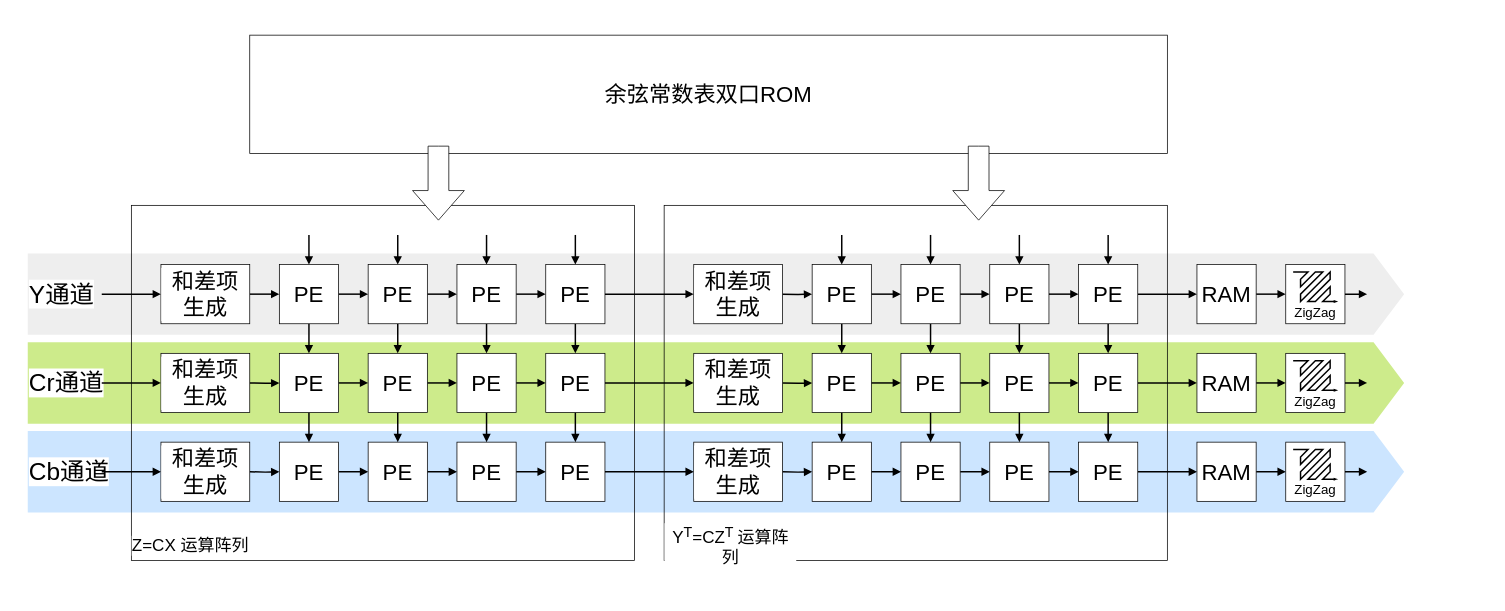
This is page "第 8 页" (8 of 8) of 插图.drawio from Dv-26/Dissertation, a draw.io file, before an edit. Source tidied: cells renumbered, new cells numbered last; positions are measured from the earlier drawing's top-left corner, leaving out a move shared by most shapes. Both pictures are drawn from the tidied source at 74%, with x=0, y=0 at pixel (27, 35).
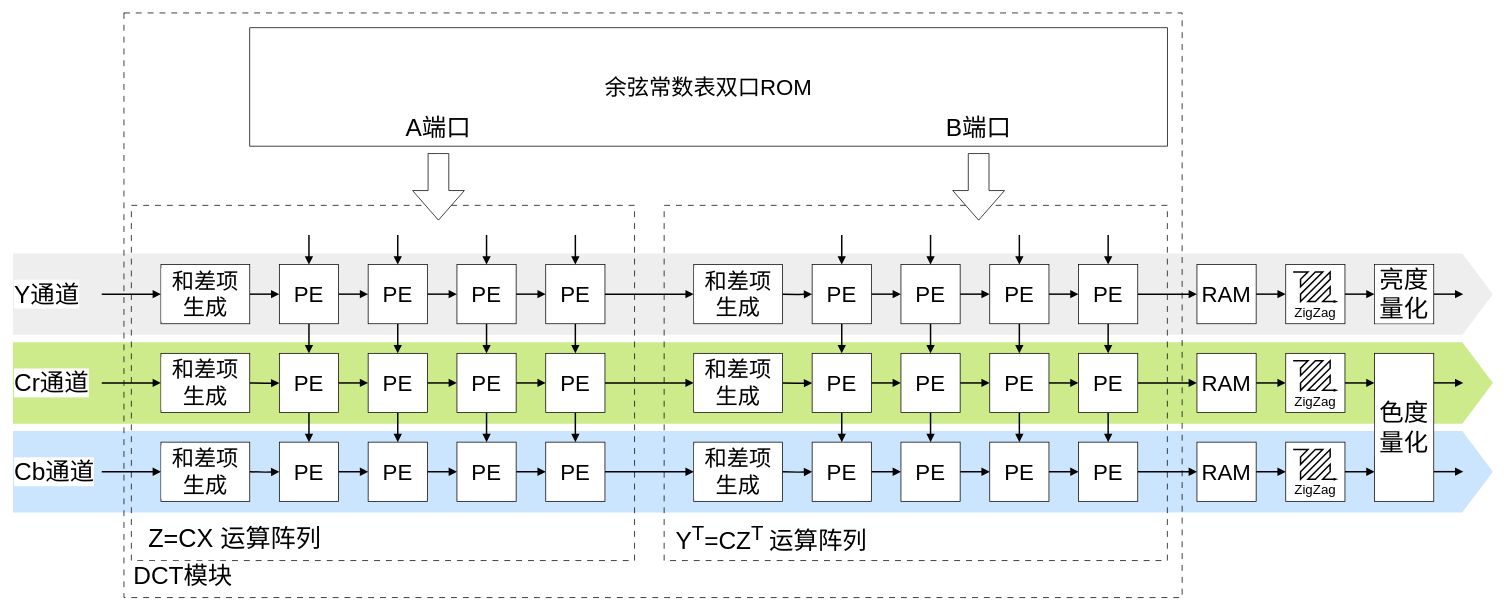
After the change.

The change refers to these unchanged cells:
```xml
<mxCell id="105" style="group;" parent="1" vertex="1">
  <mxGeometry x="1700" y="310" width="80" height="80" as="geometry" />
</mxCell>
<mxCell id="107" style="whiteSpace=wrap;html=1;fontFamily=Helvetica;fontSize=11;labelBackgroundColor=default;" parent="105" vertex="1">
  <mxGeometry width="80" height="80" as="geometry" />
</mxCell>
<mxCell id="110" style="group;" parent="1" vertex="1">
  <mxGeometry x="1700" y="430" width="80" height="80" as="geometry" />
</mxCell>
<mxCell id="112" style="whiteSpace=wrap;html=1;fontFamily=Helvetica;fontSize=11;labelBackgroundColor=default;" parent="110" vertex="1">
  <mxGeometry width="80" height="80" as="geometry" />
</mxCell>
<mxCell id="115" style="group;" parent="1" vertex="1">
  <mxGeometry x="1700" y="550" width="80" height="80" as="geometry" />
</mxCell>
<mxCell id="117" style="whiteSpace=wrap;html=1;fontFamily=Helvetica;fontSize=11;labelBackgroundColor=default;" parent="115" vertex="1">
  <mxGeometry width="80" height="80" as="geometry" />
</mxCell>
```

Diff of the diagram source:
```diff
@@
-    <mxCell id="2" value="&lt;font style=&quot;font-size: 33px;&quot;&gt;Cr通道&lt;/font&gt;" style="html=1;shadow=0;dashed=0;align=left;verticalAlign=middle;shape=mxgraph.arrows2.arrow;dy=0;dx=41.36;notch=0;fontFamily=Helvetica;fontSize=11;labelBackgroundColor=default;fillColor=#cdeb8b;strokeColor=none;" parent="1" vertex="1">
-      <mxGeometry y="415" width="1860" height="110" as="geometry" />
+    <mxCell id="2" value="&lt;font style=&quot;font-size: 33px;&quot;&gt;Cr&lt;font face=&quot;宋体&quot;&gt;通道&lt;/font&gt;&lt;/font&gt;" style="html=1;shadow=0;dashed=0;align=left;verticalAlign=middle;shape=mxgraph.arrows2.arrow;dy=0;dx=41.36;notch=0;fontFamily=Helvetica;fontSize=11;labelBackgroundColor=default;fillColor=#cdeb8b;strokeColor=none;" parent="1" vertex="1">
+      <mxGeometry x="-20" y="415" width="2000" height="110" as="geometry" />
     </mxCell>
-    <mxCell id="3" value="&lt;font style=&quot;font-size: 33px;&quot;&gt;Y通道&lt;/font&gt;" style="html=1;shadow=0;dashed=0;align=left;verticalAlign=middle;shape=mxgraph.arrows2.arrow;dy=0;dx=41.36;notch=0;fontFamily=Helvetica;fontSize=11;labelBackgroundColor=default;fillColor=#eeeeee;strokeColor=none;" parent="1" vertex="1">
-      <mxGeometry y="295" width="1860" height="110" as="geometry" />
+    <mxCell id="3" value="&lt;font style=&quot;font-size: 33px;&quot;&gt;Y&lt;font face=&quot;宋体&quot;&gt;通道&lt;/font&gt;&lt;/font&gt;" style="html=1;shadow=0;dashed=0;align=left;verticalAlign=middle;shape=mxgraph.arrows2.arrow;dy=0;dx=41.36;notch=0;fontFamily=Helvetica;fontSize=11;labelBackgroundColor=default;fillColor=#eeeeee;strokeColor=none;" parent="1" vertex="1">
+      <mxGeometry x="-20" y="295" width="2000" height="110" as="geometry" />
     </mxCell>
-    <mxCell id="4" value="&lt;font style=&quot;font-size: 33px;&quot;&gt;Cb通道&lt;/font&gt;" style="html=1;shadow=0;dashed=0;align=left;verticalAlign=middle;shape=mxgraph.arrows2.arrow;dy=0;dx=41.36;notch=0;fontFamily=Helvetica;fontSize=11;labelBackgroundColor=default;fillColor=#cce5ff;strokeColor=none;" parent="1" vertex="1">
-      <mxGeometry y="535" width="1860" height="110" as="geometry" />
+    <mxCell id="4" value="&lt;font style=&quot;font-size: 33px;&quot;&gt;Cb&lt;font face=&quot;宋体&quot;&gt;通道&lt;/font&gt;&lt;/font&gt;" style="html=1;shadow=0;dashed=0;align=left;verticalAlign=middle;shape=mxgraph.arrows2.arrow;dy=0;dx=41.36;notch=0;fontFamily=Helvetica;fontSize=11;labelBackgroundColor=default;fillColor=#cce5ff;strokeColor=none;" parent="1" vertex="1">
+      <mxGeometry x="-20" y="535" width="2000" height="110" as="geometry" />
     </mxCell>
+    <mxCell id="120" style="rounded=0;whiteSpace=wrap;html=1;fontFamily=Helvetica;fontSize=11;fontColor=default;labelBackgroundColor=default;fillColor=none;dashed=1;dashPattern=8 8;" parent="1" vertex="1">
+      <mxGeometry x="130" y="-30" width="1430" height="790" as="geometry" />
+    </mxCell>
-    <mxCell id="5" value="&lt;font style=&quot;font-size: 30px;&quot;&gt;余弦常数表双口ROM&lt;/font&gt;" style="rounded=0;whiteSpace=wrap;html=1;fontFamily=Helvetica;fontSize=11;fontColor=default;labelBackgroundColor=default;" parent="1" vertex="1">
-      <mxGeometry x="300" width="1240" height="160" as="geometry" />
+    <mxCell id="5" value="&lt;font style=&quot;font-size: 30px;&quot;&gt;余弦常数表双口ROM&lt;/font&gt;" style="rounded=0;whiteSpace=wrap;html=1;fontFamily=宋体;fontSize=11;fontColor=default;labelBackgroundColor=default;fillColor=none;" parent="1" vertex="1">
+      <mxGeometry x="300" y="-10" width="1240" height="160" as="geometry" />
     </mxCell>
-    <mxCell id="6" style="rounded=0;whiteSpace=wrap;html=1;fontFamily=Helvetica;fontSize=11;fontColor=default;labelBackgroundColor=default;fillColor=none;" parent="1" vertex="1">
+    <mxCell id="6" style="rounded=0;whiteSpace=wrap;html=1;fontFamily=Helvetica;fontSize=11;fontColor=default;labelBackgroundColor=default;fillColor=none;dashed=1;dashPattern=8 8;" parent="1" vertex="1">
       <mxGeometry x="140" y="230" width="680" height="480" as="geometry" />
     </mxCell>
-    <mxCell id="7" style="rounded=0;whiteSpace=wrap;html=1;fontFamily=Helvetica;fontSize=11;fontColor=default;labelBackgroundColor=default;fillColor=none;" parent="1" vertex="1">
+    <mxCell id="7" style="rounded=0;whiteSpace=wrap;html=1;fontFamily=Helvetica;fontSize=11;fontColor=default;labelBackgroundColor=default;fillColor=none;dashed=1;dashPattern=8 8;" parent="1" vertex="1">
       <mxGeometry x="860" y="230" width="680" height="480" as="geometry" />
     </mxCell>
@@
-    <mxCell id="45" style="edgeStyle=orthogonalEdgeStyle;shape=connector;rounded=0;jumpSize=9;jettySize=auto;html=1;strokeColor=default;strokeWidth=2;align=center;verticalAlign=middle;fontFamily=Helvetica;fontSize=11;fontColor=default;labelBackgroundColor=default;endArrow=none;endFill=1;startArrow=block;startFill=1;" parent="1" edge="1" source="46">
+    <mxCell id="45" style="edgeStyle=orthogonalEdgeStyle;shape=connector;rounded=0;jumpSize=9;jettySize=auto;html=1;strokeColor=default;strokeWidth=2;align=center;verticalAlign=middle;fontFamily=宋体;fontSize=11;fontColor=default;labelBackgroundColor=default;endArrow=none;endFill=1;startArrow=block;startFill=1;" parent="1" edge="1" source="46">
       <mxGeometry relative="1" as="geometry">
         <mxPoint x="100" y="350" as="targetPoint" />
       </mxGeometry>
     </mxCell>
-    <mxCell id="46" value="&lt;font&gt;和差项生成&lt;/font&gt;" style="rounded=0;whiteSpace=wrap;html=1;fontFamily=Helvetica;fontSize=30;fontColor=default;labelBackgroundColor=default;align=center;" parent="1" vertex="1">
+    <mxCell id="46" value="&lt;font&gt;和差项生成&lt;/font&gt;" style="rounded=0;whiteSpace=wrap;html=1;fontFamily=宋体;fontSize=30;fontColor=default;labelBackgroundColor=default;align=center;" parent="1" vertex="1">
       <mxGeometry x="180" y="310" width="120" height="80" as="geometry" />
     </mxCell>
@@
-    <mxCell id="48" style="edgeStyle=orthogonalEdgeStyle;shape=connector;rounded=0;jumpSize=9;orthogonalLoop=1;jettySize=auto;html=1;strokeColor=default;strokeWidth=2;align=center;verticalAlign=middle;fontFamily=Helvetica;fontSize=11;fontColor=default;labelBackgroundColor=default;endArrow=none;endFill=1;startArrow=block;startFill=1;" parent="1" edge="1">
+    <mxCell id="48" style="edgeStyle=orthogonalEdgeStyle;shape=connector;rounded=0;jumpSize=9;orthogonalLoop=1;jettySize=auto;html=1;strokeColor=default;strokeWidth=2;align=center;verticalAlign=middle;fontFamily=宋体;fontSize=11;fontColor=default;labelBackgroundColor=default;endArrow=none;endFill=1;startArrow=block;startFill=1;" parent="1" edge="1">
       <mxGeometry relative="1" as="geometry">
         <mxPoint x="180" y="470" as="sourcePoint" />
         <mxPoint x="100" y="470" as="targetPoint" />
       </mxGeometry>
     </mxCell>
@@
-    <mxCell id="50" style="edgeStyle=orthogonalEdgeStyle;shape=connector;rounded=0;jumpSize=9;orthogonalLoop=1;jettySize=auto;html=1;strokeColor=default;strokeWidth=2;align=center;verticalAlign=middle;fontFamily=Helvetica;fontSize=11;fontColor=default;labelBackgroundColor=default;endArrow=none;endFill=1;startArrow=block;startFill=1;" parent="1" edge="1">
+    <mxCell id="50" style="edgeStyle=orthogonalEdgeStyle;shape=connector;rounded=0;jumpSize=9;orthogonalLoop=1;jettySize=auto;html=1;strokeColor=default;strokeWidth=2;align=center;verticalAlign=middle;fontFamily=宋体;fontSize=11;fontColor=default;labelBackgroundColor=default;endArrow=none;endFill=1;startArrow=block;startFill=1;" parent="1" edge="1">
       <mxGeometry relative="1" as="geometry">
         <mxPoint x="180" y="590" as="sourcePoint" />
         <mxPoint x="100" y="590" as="targetPoint" />
       </mxGeometry>
     </mxCell>
@@
-    <mxCell id="90" value="&lt;font&gt;和差项生成&lt;/font&gt;" style="rounded=0;whiteSpace=wrap;html=1;fontFamily=Helvetica;fontSize=30;fontColor=default;labelBackgroundColor=default;align=center;" parent="1" vertex="1">
+    <mxCell id="90" value="&lt;font&gt;和差项生成&lt;/font&gt;" style="rounded=0;whiteSpace=wrap;html=1;fontFamily=宋体;fontSize=30;fontColor=default;labelBackgroundColor=default;align=center;" parent="1" vertex="1">
       <mxGeometry x="180" y="430" width="120" height="80" as="geometry" />
     </mxCell>
-    <mxCell id="91" value="&lt;font&gt;和差项生成&lt;/font&gt;" style="rounded=0;whiteSpace=wrap;html=1;fontFamily=Helvetica;fontSize=30;fontColor=default;labelBackgroundColor=default;align=center;" parent="1" vertex="1">
+    <mxCell id="91" value="&lt;font&gt;和差项生成&lt;/font&gt;" style="rounded=0;whiteSpace=wrap;html=1;fontFamily=宋体;fontSize=30;fontColor=default;labelBackgroundColor=default;align=center;" parent="1" vertex="1">
       <mxGeometry x="180" y="550" width="120" height="80" as="geometry" />
     </mxCell>
-    <mxCell id="92" value="&lt;font&gt;和差项生成&lt;/font&gt;" style="rounded=0;whiteSpace=wrap;html=1;fontFamily=Helvetica;fontSize=30;fontColor=default;labelBackgroundColor=default;align=center;" parent="1" vertex="1">
+    <mxCell id="92" value="&lt;font&gt;和差项生成&lt;/font&gt;" style="rounded=0;whiteSpace=wrap;html=1;fontFamily=宋体;fontSize=30;fontColor=default;labelBackgroundColor=default;align=center;" parent="1" vertex="1">
       <mxGeometry x="900" y="310" width="120" height="80" as="geometry" />
     </mxCell>
-    <mxCell id="93" value="&lt;font&gt;和差项生成&lt;/font&gt;" style="rounded=0;whiteSpace=wrap;html=1;fontFamily=Helvetica;fontSize=30;fontColor=default;labelBackgroundColor=default;align=center;" parent="1" vertex="1">
+    <mxCell id="93" value="&lt;font&gt;和差项生成&lt;/font&gt;" style="rounded=0;whiteSpace=wrap;html=1;fontFamily=宋体;fontSize=30;fontColor=default;labelBackgroundColor=default;align=center;" parent="1" vertex="1">
       <mxGeometry x="900" y="430" width="120" height="80" as="geometry" />
     </mxCell>
-    <mxCell id="94" value="&lt;font&gt;和差项生成&lt;/font&gt;" style="rounded=0;whiteSpace=wrap;html=1;fontFamily=Helvetica;fontSize=30;fontColor=default;labelBackgroundColor=default;align=center;" parent="1" vertex="1">
+    <mxCell id="94" value="&lt;font&gt;和差项生成&lt;/font&gt;" style="rounded=0;whiteSpace=wrap;html=1;fontFamily=宋体;fontSize=30;fontColor=default;labelBackgroundColor=default;align=center;" parent="1" vertex="1">
       <mxGeometry x="900" y="550" width="120" height="80" as="geometry" />
     </mxCell>
-    <mxCell id="95" value="&lt;font style=&quot;font-size: 23px;&quot;&gt;Z=CX 运算阵列&lt;/font&gt;" style="text;html=1;align=center;verticalAlign=middle;whiteSpace=wrap;rounded=0;fontFamily=Helvetica;fontSize=11;fontColor=default;labelBackgroundColor=default;" parent="1" vertex="1">
-      <mxGeometry x="140" y="670" width="160" height="40" as="geometry" />
+    <mxCell id="95" value="&lt;font style=&quot;font-size: 34px;&quot;&gt;Z=CX &lt;font style=&quot;font-size: 34px;&quot; face=&quot;宋体&quot;&gt;运算阵列&lt;/font&gt;&lt;/font&gt;" style="text;html=1;align=center;verticalAlign=middle;whiteSpace=wrap;rounded=0;fontFamily=Helvetica;fontSize=11;fontColor=default;labelBackgroundColor=default;" parent="1" vertex="1">
+      <mxGeometry x="150" y="660" width="260" height="40" as="geometry" />
     </mxCell>
-    <mxCell id="96" value="&lt;font style=&quot;font-size: 23px;&quot;&gt;Y&lt;sup&gt;T&lt;/sup&gt;=CZ&lt;sup style=&quot;&quot;&gt;T&amp;nbsp;&lt;/sup&gt;运算阵列&lt;/font&gt;" style="text;html=1;align=center;verticalAlign=middle;whiteSpace=wrap;rounded=0;fontFamily=Helvetica;fontSize=11;fontColor=default;labelBackgroundColor=default;" parent="1" vertex="1">
-      <mxGeometry x="860" y="670" width="180" height="40" as="geometry" />
+    <mxCell id="96" value="&lt;font style=&quot;font-size: 33px;&quot;&gt;Y&lt;sup&gt;T&lt;/sup&gt;=CZ&lt;sup style=&quot;&quot;&gt;T&amp;nbsp;&lt;/sup&gt;&lt;font style=&quot;font-size: 33px;&quot; face=&quot;宋体&quot;&gt;运算阵列&lt;/font&gt;&lt;/font&gt;" style="text;html=1;align=center;verticalAlign=middle;whiteSpace=wrap;rounded=0;fontFamily=Helvetica;fontSize=11;fontColor=default;labelBackgroundColor=default;" parent="1" vertex="1">
+      <mxGeometry x="870" y="660" width="270" height="40" as="geometry" />
     </mxCell>
     <mxCell id="97" style="html=1;shadow=0;dashed=0;align=center;verticalAlign=middle;shape=mxgraph.arrows2.arrow;dy=0.6;dx=40;direction=south;notch=0;fontFamily=Helvetica;fontSize=11;fontColor=default;labelBackgroundColor=default;" parent="1" vertex="1">
-      <mxGeometry x="520" y="150" width="70" height="100" as="geometry" />
+      <mxGeometry x="520" y="160" width="70" height="90" as="geometry" />
     </mxCell>
     <mxCell id="98" style="html=1;shadow=0;dashed=0;align=center;verticalAlign=middle;shape=mxgraph.arrows2.arrow;dy=0.6;dx=40;direction=south;notch=0;fontFamily=Helvetica;fontSize=11;fontColor=default;labelBackgroundColor=default;" parent="1" vertex="1">
-      <mxGeometry x="1250" y="150" width="70" height="100" as="geometry" />
+      <mxGeometry x="1250" y="160" width="70" height="90" as="geometry" />
     </mxCell>
@@
-    <mxCell id="106" style="edgeStyle=orthogonalEdgeStyle;shape=connector;rounded=0;jumpSize=9;jettySize=auto;html=1;strokeColor=default;strokeWidth=2;align=center;verticalAlign=middle;fontFamily=Helvetica;fontSize=11;fontColor=default;labelBackgroundColor=default;endArrow=block;endFill=1;" parent="105" edge="1" source="107">
-      <mxGeometry relative="1" as="geometry">
-        <mxPoint x="110" y="40" as="targetPoint" />
-      </mxGeometry>
-    </mxCell>
@@
-    <mxCell id="111" style="edgeStyle=orthogonalEdgeStyle;shape=connector;rounded=0;jumpSize=9;jettySize=auto;html=1;strokeColor=default;strokeWidth=2;align=center;verticalAlign=middle;fontFamily=Helvetica;fontSize=11;fontColor=default;labelBackgroundColor=default;endArrow=block;endFill=1;" parent="110" edge="1" source="112">
-      <mxGeometry relative="1" as="geometry">
-        <mxPoint x="110" y="40" as="targetPoint" />
-      </mxGeometry>
-    </mxCell>
@@
-    <mxCell id="116" style="edgeStyle=orthogonalEdgeStyle;shape=connector;rounded=0;jumpSize=9;jettySize=auto;html=1;strokeColor=default;strokeWidth=2;align=center;verticalAlign=middle;fontFamily=Helvetica;fontSize=11;fontColor=default;labelBackgroundColor=default;endArrow=block;endFill=1;" parent="115" edge="1" source="117">
-      <mxGeometry relative="1" as="geometry">
-        <mxPoint x="110" y="40" as="targetPoint" />
-      </mxGeometry>
-    </mxCell>
@@
+    <mxCell id="106" style="edgeStyle=orthogonalEdgeStyle;shape=connector;rounded=0;jumpSize=9;jettySize=auto;html=1;strokeColor=default;strokeWidth=2;align=center;verticalAlign=middle;fontFamily=Helvetica;fontSize=11;fontColor=default;labelBackgroundColor=default;endArrow=block;endFill=1;" parent="1" edge="1" source="107">
+      <mxGeometry relative="1" as="geometry">
+        <mxPoint x="1820" y="350" as="targetPoint" />
+      </mxGeometry>
+    </mxCell>
+    <mxCell id="111" style="edgeStyle=orthogonalEdgeStyle;shape=connector;rounded=0;jumpSize=9;jettySize=auto;html=1;strokeColor=default;strokeWidth=2;align=center;verticalAlign=middle;fontFamily=Helvetica;fontSize=11;fontColor=default;labelBackgroundColor=default;endArrow=block;endFill=1;" parent="1" edge="1" source="112">
+      <mxGeometry relative="1" as="geometry">
+        <mxPoint x="1820" y="470" as="targetPoint" />
+      </mxGeometry>
+    </mxCell>
+    <mxCell id="116" style="edgeStyle=orthogonalEdgeStyle;shape=connector;rounded=0;jumpSize=9;jettySize=auto;html=1;strokeColor=default;strokeWidth=2;align=center;verticalAlign=middle;fontFamily=Helvetica;fontSize=11;fontColor=default;labelBackgroundColor=default;endArrow=block;endFill=1;" parent="1" edge="1" source="117">
+      <mxGeometry relative="1" as="geometry">
+        <mxPoint x="1820" y="590" as="targetPoint" />
+      </mxGeometry>
+    </mxCell>
+    <mxCell id="121" style="edgeStyle=orthogonalEdgeStyle;shape=connector;rounded=0;jumpSize=9;jettySize=auto;html=1;strokeColor=default;strokeWidth=2;align=center;verticalAlign=middle;fontFamily=Helvetica;fontSize=11;fontColor=default;labelBackgroundColor=default;endArrow=block;endFill=1;" parent="1" edge="1" source="122">
+      <mxGeometry relative="1" as="geometry">
+        <mxPoint x="1940" y="350" as="targetPoint" />
+      </mxGeometry>
+    </mxCell>
+    <mxCell id="122" value="&lt;font style=&quot;font-size: 33px;&quot;&gt;亮度量化&lt;/font&gt;" style="whiteSpace=wrap;html=1;fontFamily=宋体;fontSize=11;fontColor=default;labelBackgroundColor=default;" parent="1" vertex="1">
+      <mxGeometry x="1820" y="310" width="80" height="80" as="geometry" />
+    </mxCell>
+    <mxCell id="123" value="&lt;font style=&quot;font-size: 33px;&quot;&gt;色度量化&lt;/font&gt;" style="rounded=0;whiteSpace=wrap;html=1;fontFamily=宋体;fontSize=11;fontColor=default;labelBackgroundColor=default;" parent="1" vertex="1">
+      <mxGeometry x="1820" y="430" width="80" height="200" as="geometry" />
+    </mxCell>
+    <mxCell id="124" style="edgeStyle=orthogonalEdgeStyle;shape=connector;rounded=0;jumpSize=9;orthogonalLoop=1;jettySize=auto;html=1;strokeColor=default;strokeWidth=2;align=center;verticalAlign=middle;fontFamily=Helvetica;fontSize=11;fontColor=default;labelBackgroundColor=default;endArrow=block;endFill=1;" parent="1" edge="1">
+      <mxGeometry relative="1" as="geometry">
+        <mxPoint x="1900" y="469.9" as="sourcePoint" />
+        <mxPoint x="1940" y="469.9" as="targetPoint" />
+        <Array as="points">
+          <mxPoint x="1940" y="469.9" />
+          <mxPoint x="1940" y="469.9" />
+        </Array>
+      </mxGeometry>
+    </mxCell>
+    <mxCell id="125" style="edgeStyle=orthogonalEdgeStyle;shape=connector;rounded=0;jumpSize=9;orthogonalLoop=1;jettySize=auto;html=1;strokeColor=default;strokeWidth=2;align=center;verticalAlign=middle;fontFamily=Helvetica;fontSize=11;fontColor=default;labelBackgroundColor=default;endArrow=block;endFill=1;" parent="1" edge="1">
+      <mxGeometry relative="1" as="geometry">
+        <mxPoint x="1900" y="589.9" as="sourcePoint" />
+        <mxPoint x="1940" y="589.9" as="targetPoint" />
+        <Array as="points">
+          <mxPoint x="1940" y="589.9" />
+          <mxPoint x="1940" y="589.9" />
+        </Array>
+      </mxGeometry>
+    </mxCell>
+    <mxCell id="126" value="&lt;span style=&quot;font-size: 33px;&quot;&gt;DCT&lt;font style=&quot;font-size: 33px;&quot; face=&quot;宋体&quot;&gt;模块&lt;/font&gt;&lt;/span&gt;" style="text;html=1;align=center;verticalAlign=middle;whiteSpace=wrap;rounded=0;fontFamily=Helvetica;fontSize=11;fontColor=default;labelBackgroundColor=default;" parent="1" vertex="1">
+      <mxGeometry x="140" y="710" width="140" height="40" as="geometry" />
+    </mxCell>
+    <mxCell id="127" value="&lt;font style=&quot;font-size: 33px;&quot;&gt;A端口&lt;/font&gt;" style="text;html=1;align=center;verticalAlign=middle;whiteSpace=wrap;rounded=0;fontFamily=宋体;fontSize=11;fontColor=default;labelBackgroundColor=default;" parent="1" vertex="1">
+      <mxGeometry x="505" y="110" width="100" height="30" as="geometry" />
+    </mxCell>
+    <mxCell id="128" value="&lt;font style=&quot;font-size: 33px;&quot;&gt;B端口&lt;/font&gt;" style="text;html=1;align=center;verticalAlign=middle;whiteSpace=wrap;rounded=0;fontFamily=宋体;fontSize=11;fontColor=default;labelBackgroundColor=default;" parent="1" vertex="1">
+      <mxGeometry x="1235" y="110" width="100" height="30" as="geometry" />
+    </mxCell>
```
